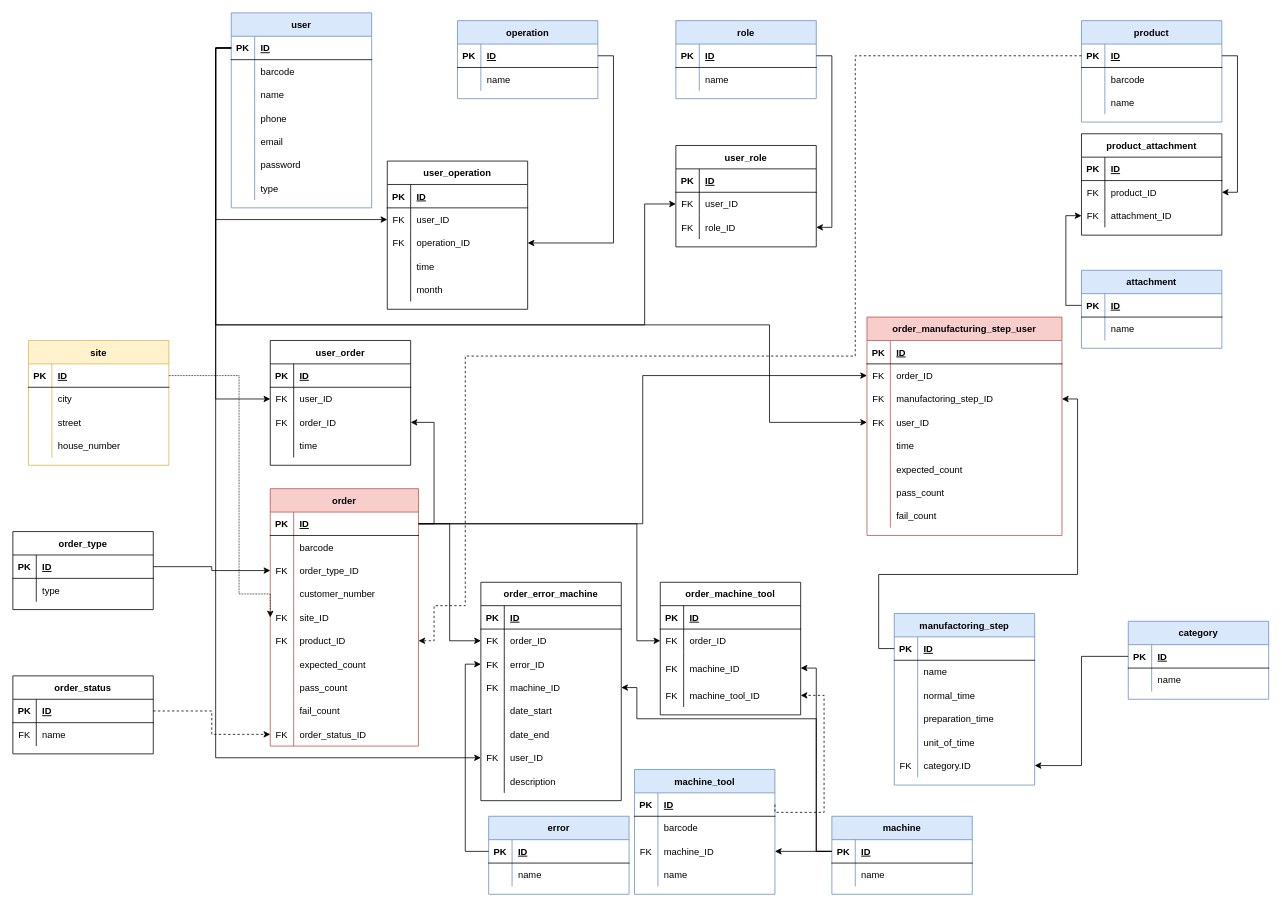
KerteszZoltan/mesterminal keeps this draw.io diagram as DOC/diagrams/database_plan_2_0_0.drawio. Above is the earlier version. Source tidied: cells renumbered, new cells numbered last; positions are measured from the earlier drawing's top-left corner, leaving out a move shared by most shapes. Both pictures are drawn from the tidied source at 78%, with x=0, y=0 at pixel (12, 12).
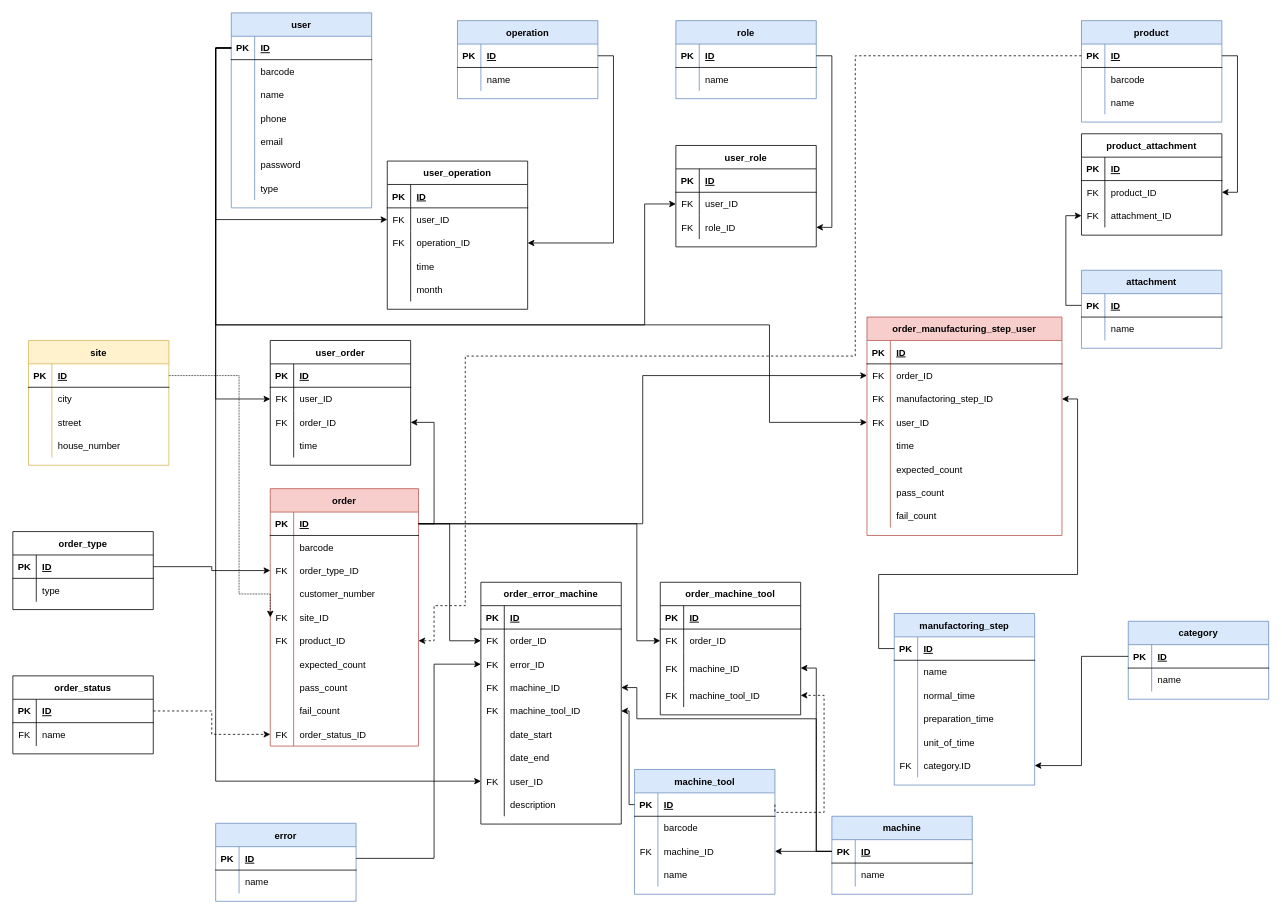
After the change.

Commit message:
machine_tool connecting the errors

Unchanged cells that the change refers to:
```xml
<mxCell id="3" style="shape=partialRectangle;fillColor=none;top=0;left=0;bottom=1;right=0;points=[[0,0.5],[1,0.5]];portConstraint=eastwest;" parent="2" vertex="1">
  <mxGeometry y="30" width="180" height="30" as="geometry" />
</mxCell>
<mxCell id="115" style="shape=partialRectangle;fillColor=none;top=0;left=0;bottom=1;right=0;points=[[0,0.5],[1,0.5]];portConstraint=eastwest;" parent="114" vertex="1">
  <mxGeometry y="30" width="180" height="30" as="geometry" />
</mxCell>
<mxCell id="128" style="shape=partialRectangle;fillColor=none;top=0;left=0;bottom=0;right=0;points=[[0,0.5],[1,0.5]];portConstraint=eastwest;" parent="121" vertex="1">
  <mxGeometry y="90" width="180" height="30" as="geometry" />
</mxCell>
<mxCell id="276" style="shape=partialRectangle;fillColor=none;top=0;left=0;bottom=1;right=0;points=[[0,0.5],[1,0.5]];portConstraint=eastwest;" parent="275" vertex="1">
  <mxGeometry y="30" width="180" height="30" as="geometry" />
</mxCell>
```

What changed in the source:
```diff
@@
     <mxCell id="114" value="error" style="shape=table;startSize=30;childLayout=tableLayout;rowLines=0;fontStyle=1;align=center;fillColor=#dae8fc;strokeColor=#6c8ebf;" parent="1" vertex="1">
-      <mxGeometry x="610" y="1030" width="180" height="100" as="geometry" />
+      <mxGeometry x="260" y="1039" width="180" height="100" as="geometry" />
     </mxCell>
@@
     <mxCell id="121" value="order_error_machine" style="shape=table;startSize=30;childLayout=tableLayout;rowLines=0;fontStyle=1;align=center;" parent="1" vertex="1">
-      <mxGeometry x="600" y="730" width="180" height="280" as="geometry" />
+      <mxGeometry x="600" y="730" width="180" height="310" as="geometry" />
     </mxCell>
@@
+    <mxCell id="302" style="shape=partialRectangle;fillColor=none;top=0;left=0;bottom=0;right=0;points=[[0,0.5],[1,0.5]];portConstraint=eastwest;" parent="121" vertex="1">
+      <mxGeometry y="150" width="180" height="30" as="geometry" />
+    </mxCell>
+    <mxCell id="303" value="FK" style="shape=partialRectangle;fillColor=none;top=0;left=0;bottom=0;right=0;overflow=hidden;" parent="302" vertex="1">
+      <mxGeometry width="30" height="30" as="geometry" />
+    </mxCell>
+    <mxCell id="304" value="machine_tool_ID" style="shape=partialRectangle;fillColor=none;top=0;left=0;bottom=0;right=0;align=left;spacingLeft=6;overflow=hidden;" parent="302" vertex="1">
+      <mxGeometry x="30" width="150" height="30" as="geometry" />
+    </mxCell>
     <mxCell id="134" style="shape=partialRectangle;fillColor=none;top=0;left=0;bottom=0;right=0;" parent="121" vertex="1">
-      <mxGeometry y="150" width="180" height="30" as="geometry" />
+      <mxGeometry y="180" width="180" height="30" as="geometry" />
     </mxCell>
@@
     <mxCell id="137" style="shape=partialRectangle;fillColor=none;top=0;left=0;bottom=0;right=0;" parent="121" vertex="1">
-      <mxGeometry y="180" width="180" height="30" as="geometry" />
+      <mxGeometry y="210" width="180" height="30" as="geometry" />
     </mxCell>
@@
     <mxCell id="140" style="shape=partialRectangle;fillColor=none;top=0;left=0;bottom=0;right=0;points=[[0,0.5],[1,0.5]];portConstraint=eastwest;" parent="121" vertex="1">
-      <mxGeometry y="210" width="180" height="30" as="geometry" />
+      <mxGeometry y="240" width="180" height="30" as="geometry" />
     </mxCell>
@@
     <mxCell id="143" style="shape=partialRectangle;fillColor=none;top=0;left=0;bottom=0;right=0;" parent="121" vertex="1">
-      <mxGeometry y="240" width="180" height="30" as="geometry" />
+      <mxGeometry y="270" width="180" height="30" as="geometry" />
     </mxCell>
@@
-    <mxCell id="147" style="edgeStyle=orthogonalEdgeStyle;rounded=0;jettySize=auto;html=1;exitX=0;exitY=0.5;exitDx=0;exitDy=0;entryX=0;entryY=0.5;entryDx=0;entryDy=0;" parent="1" edge="1" source="115" target="128">
-      <mxGeometry relative="1" as="geometry" />
-    </mxCell>
@@
     <mxCell id="290" style="edgeStyle=orthogonalEdgeStyle;rounded=0;jettySize=auto;html=1;exitX=0;exitY=0.5;exitDx=0;exitDy=0;entryX=0;entryY=0.5;entryDx=0;entryDy=0;" parent="1" edge="1" source="3" target="140">
       <mxGeometry relative="1" as="geometry">
         <Array as="points">
           <mxPoint x="260" y="45" />
-          <mxPoint x="260" y="955" />
+          <mxPoint x="260" y="985" />
         </Array>
       </mxGeometry>
     </mxCell>
@@
+    <mxCell id="147" style="edgeStyle=orthogonalEdgeStyle;rounded=0;jettySize=auto;html=1;exitX=1;exitY=0.5;exitDx=0;exitDy=0;entryX=0;entryY=0.5;entryDx=0;entryDy=0;" parent="1" edge="1" source="115" target="128">
+      <mxGeometry relative="1" as="geometry">
+        <Array as="points">
+          <mxPoint x="540" y="1084" />
+          <mxPoint x="540" y="835" />
+        </Array>
+      </mxGeometry>
+    </mxCell>
+    <mxCell id="305" style="edgeStyle=orthogonalEdgeStyle;rounded=0;jettySize=auto;html=1;exitX=0;exitY=0.5;exitDx=0;exitDy=0;entryX=1;entryY=0.5;entryDx=0;entryDy=0;" parent="1" edge="1" source="276" target="302">
+      <mxGeometry relative="1" as="geometry">
+        <Array as="points">
+          <mxPoint x="790" y="1015" />
+          <mxPoint x="790" y="895" />
+        </Array>
+      </mxGeometry>
+    </mxCell>
```
